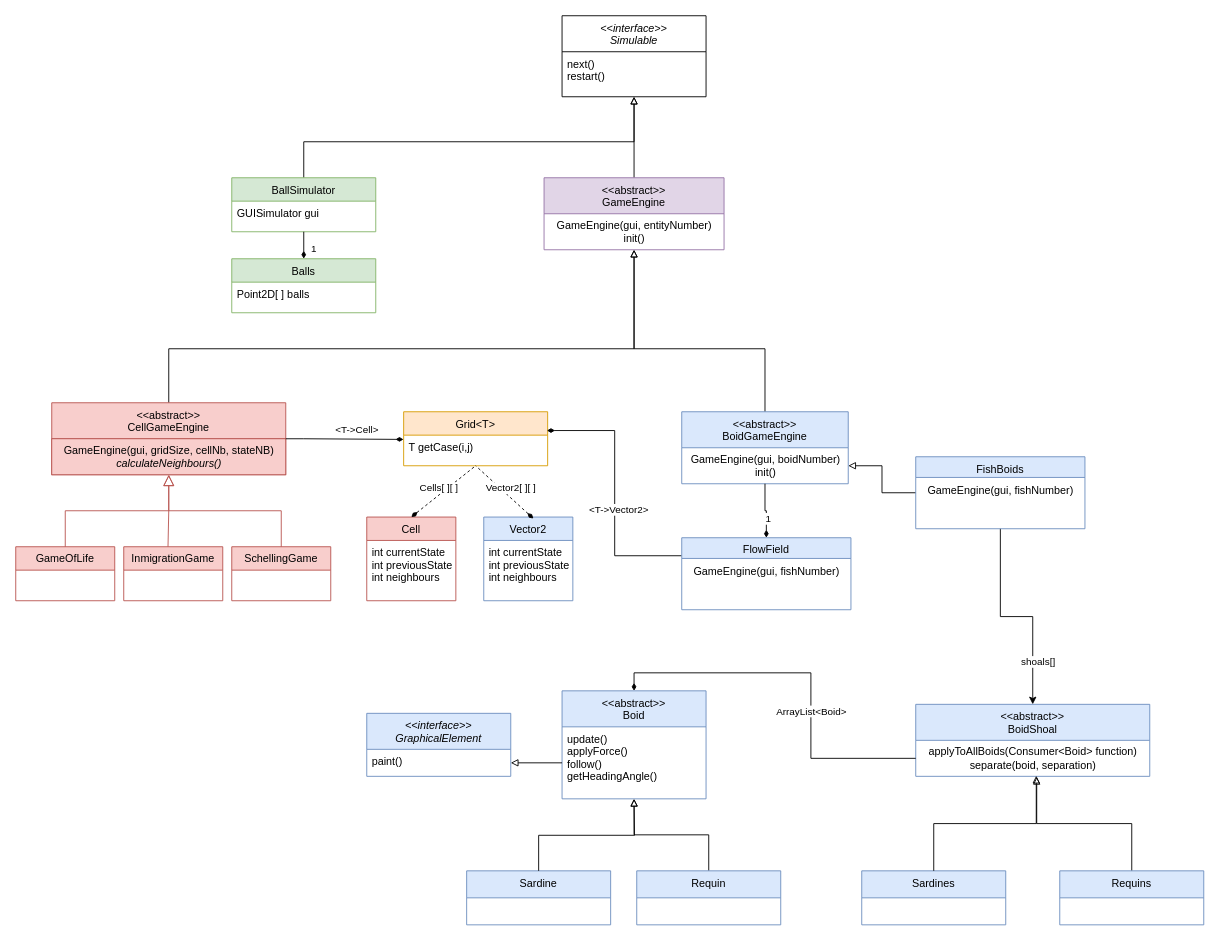
The draw.io diagram uml.drawio in ClemLeRigolo/Simulation-of-multiagent-systems, before the edit. Source tidied: cells renumbered, new cells numbered last; positions are measured from the earlier drawing's top-left corner, leaving out a move shared by most shapes. Both pictures are drawn from the tidied source at 90%, with x=0, y=0 at pixel (15, 15).
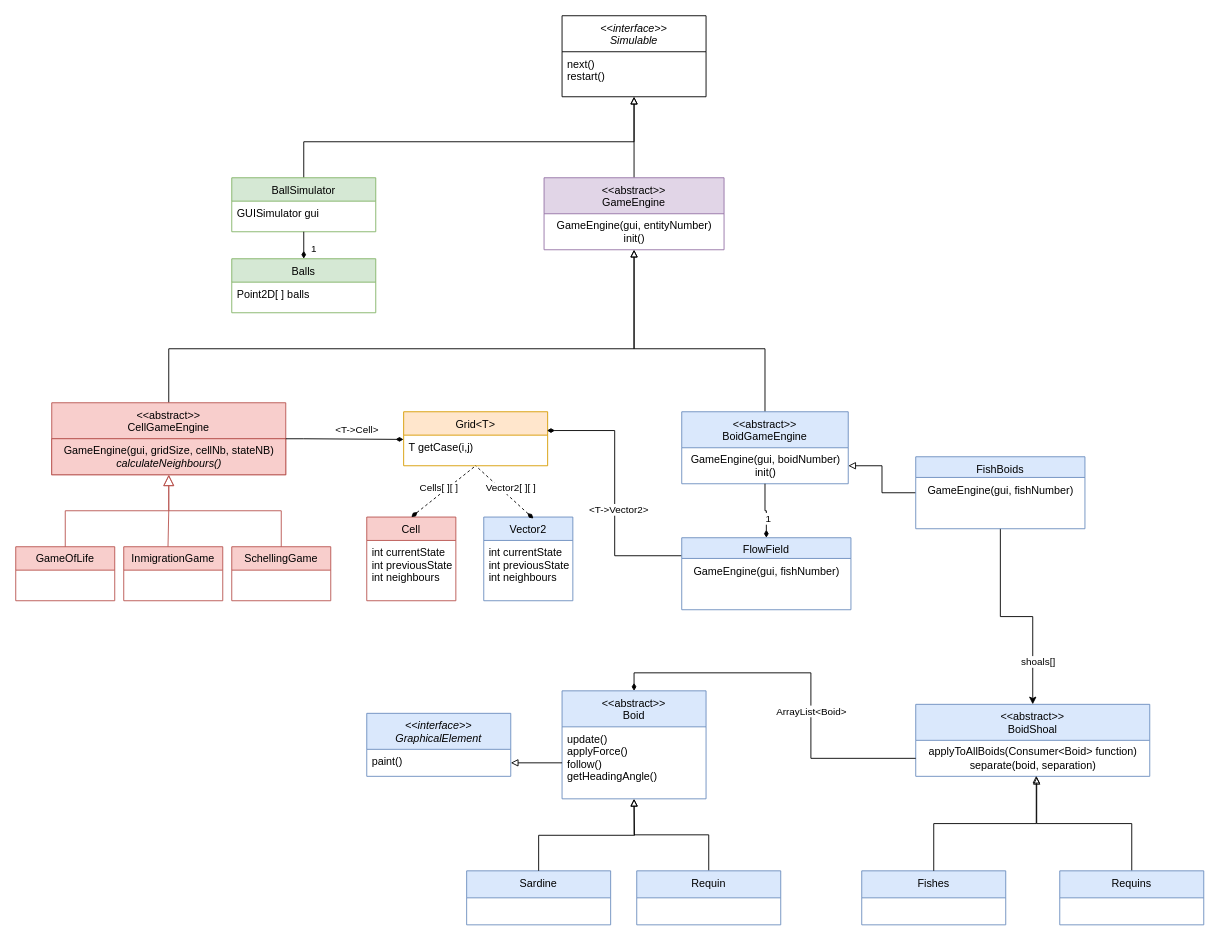
The same diagram, later.

The edit, as a diff of the source:
```diff
@@
-    <mxCell id="47" value="Sardines" style="swimlane;fontStyle=0;align=center;verticalAlign=top;horizontal=1;startSize=30;rounded=0;shadow=0;strokeWidth=1;fillColor=#dae8fc;strokeColor=#6c8ebf;" parent="1" vertex="1">
+    <mxCell id="47" value="Fishes" style="swimlane;fontStyle=0;align=center;verticalAlign=top;horizontal=1;startSize=30;rounded=0;shadow=0;strokeWidth=1;fillColor=#dae8fc;strokeColor=#6c8ebf;" parent="1" vertex="1">
       <mxGeometry x="940" y="950.1" width="160" height="60" as="geometry" />
     </mxCell>
```
